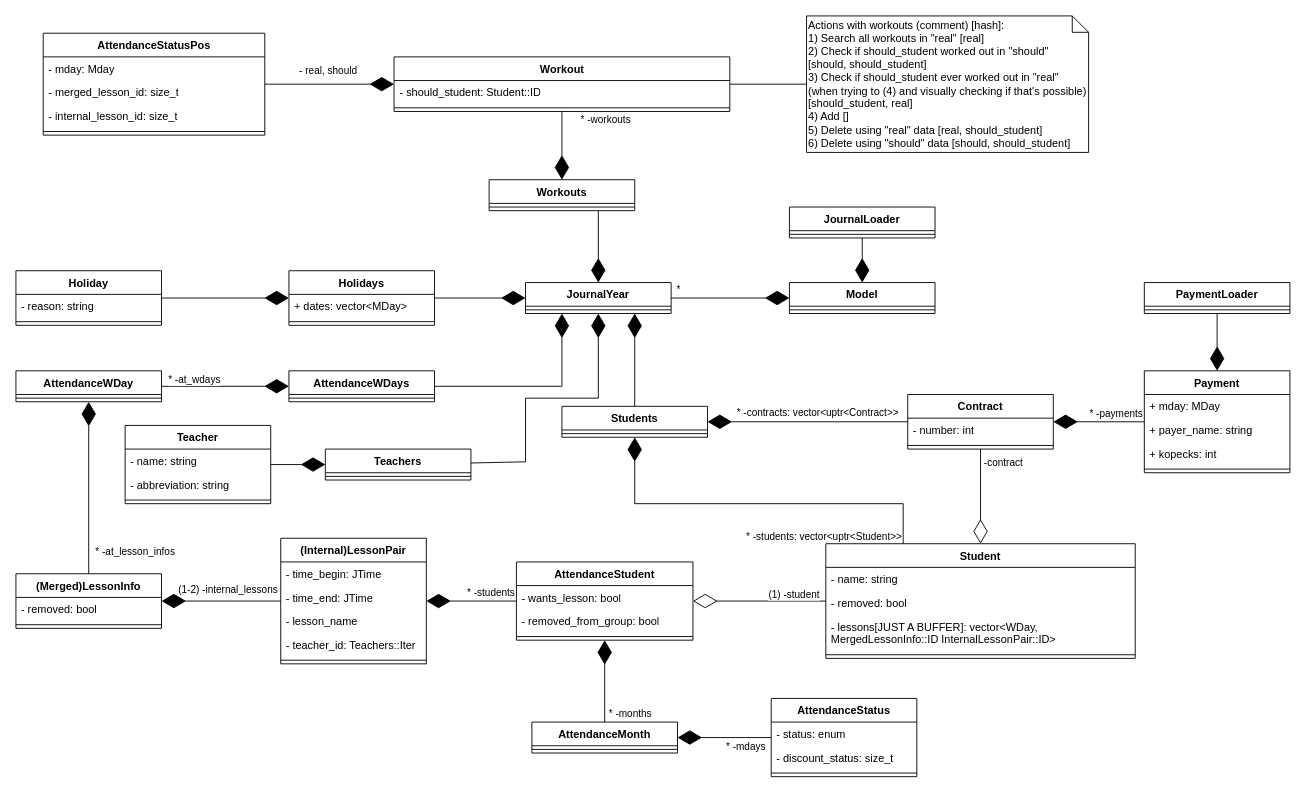
Earlier version of the draw.io diagram probe/ModelUML.drawio (mpv-enjoyer/imgui_journal). Source tidied: cells renumbered, new cells numbered last; positions are measured from the earlier drawing's top-left corner, leaving out a move shared by most shapes. Both pictures are drawn from the tidied source at 91%, with x=0, y=0 at pixel (15, 15).
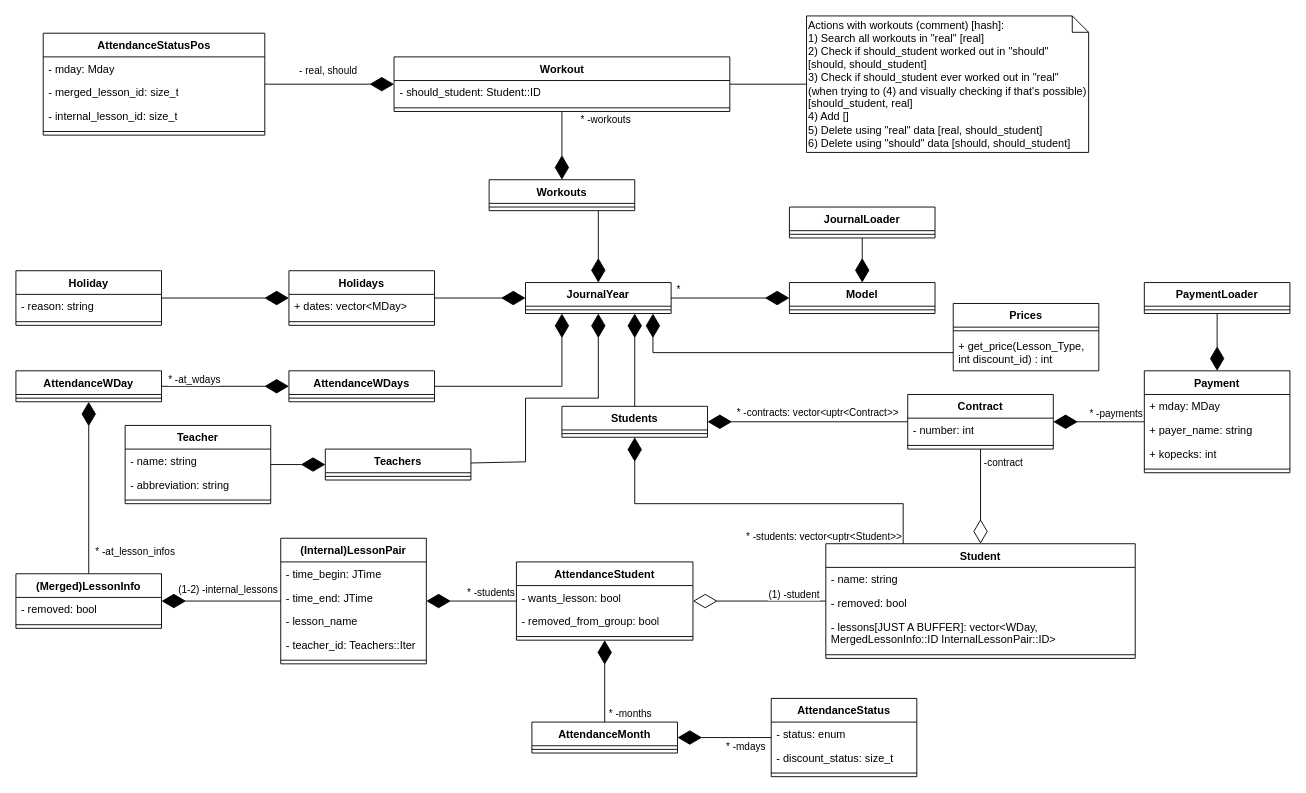
The same diagram, later.

Commit message (it also covers changes not shown here):
forgot to save model UML

Unchanged cells that the change refers to:
```xml
<mxCell id="85" value="JournalYear" style="swimlane;fontStyle=1;align=center;verticalAlign=top;horizontal=1;startSize=26;whiteSpace=wrap;html=1;" parent="1" vertex="1">
  <mxGeometry x="560" y="293" width="160" height="34" as="geometry" />
</mxCell>
```

What changed in the source:
```diff
@@
+    <mxCell id="109" style="edgeStyle=orthogonalEdgeStyle;rounded=0;jettySize=auto;html=1;endArrow=diamondThin;endFill=1;startSize=9;endSize=24;" parent="1" edge="1" source="110" target="85">
+      <mxGeometry relative="1" as="geometry">
+        <Array as="points">
+          <mxPoint x="700" y="370" />
+        </Array>
+      </mxGeometry>
+    </mxCell>
+    <mxCell id="110" value="Prices" style="swimlane;fontStyle=1;align=center;verticalAlign=top;horizontal=1;startSize=26;whiteSpace=wrap;html=1;" parent="1" vertex="1">
+      <mxGeometry x="1030" y="316" width="160" height="74" as="geometry" />
+    </mxCell>
+    <mxCell id="111" style="line;strokeWidth=1;fillColor=none;align=left;verticalAlign=middle;spacingTop=-1;spacingLeft=3;spacingRight=3;labelPosition=right;strokeColor=inherit;" parent="110" vertex="1">
+      <mxGeometry y="26" width="160" height="8" as="geometry" />
+    </mxCell>
+    <mxCell id="112" value="+ get_price(Lesson_Type, int discount_id) : int" style="text;strokeColor=none;fillColor=none;align=left;verticalAlign=top;spacingLeft=4;spacingRight=4;overflow=hidden;whiteSpace=wrap;html=1;" parent="110" vertex="1">
+      <mxGeometry y="34" width="160" height="40" as="geometry" />
+    </mxCell>
```
